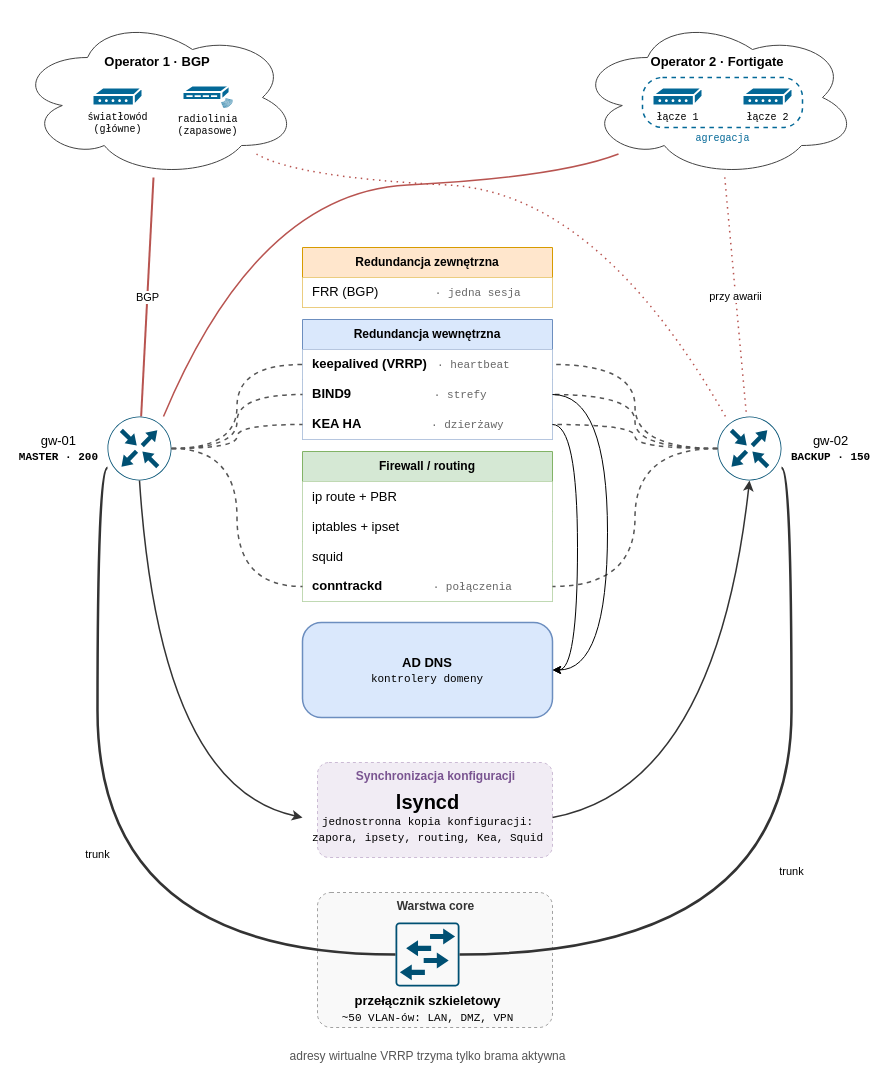
Above: redundant-gateways-V2.drawio in BO-RU-TA/mysnippets (draw.io), before the change. Source tidied: cells renumbered, new cells numbered last; positions are measured from the earlier drawing's top-left corner, leaving out a move shared by most shapes. Both pictures are drawn from the tidied source at 100%, with x=0, y=0 at pixel (17, 17).
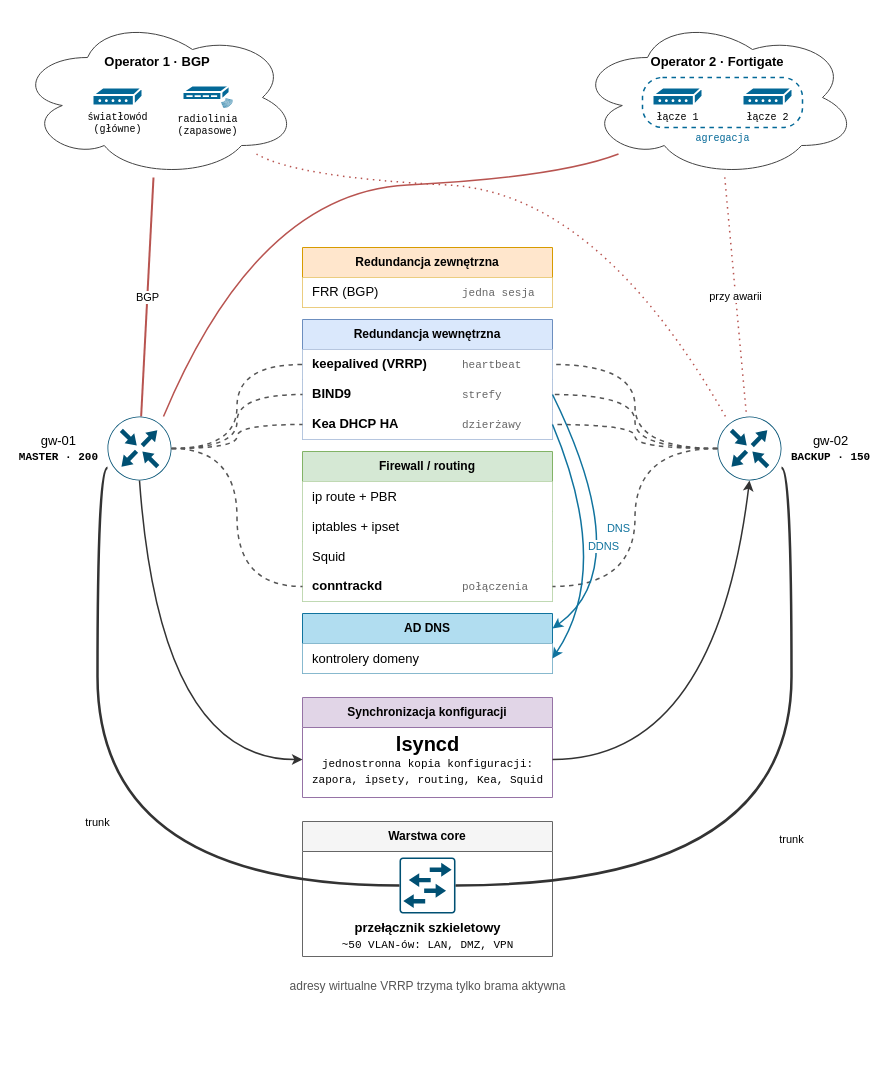
After the change.

Commit message:
redundant-gateways-V2.drawio: uniform section containers, aligned notes, AD DNS links

The change refers to these unchanged cells:
```xml
<mxCell id="10" value="&lt;div align=&quot;center&quot;&gt;&lt;span style=&quot;font-weight: normal;&quot;&gt;gw-01&lt;/span&gt;&lt;br&gt;&lt;font face=&quot;Courier New&quot; style=&quot;font-size:11px&quot;&gt;MASTER · 200&lt;/font&gt;&lt;/div&gt;" style="sketch=0;html=1;shape=mxgraph.cisco19.router;fillColor=#005073;strokeColor=none;verticalLabelPosition=bottom;verticalAlign=top;align=center;fontSize=13;fontStyle=1;verticalLabelPosition=middle;labelPosition=left;align=right;verticalAlign=middle;spacingRight=8;" parent="1" vertex="1">
  <mxGeometry x="90" y="399" width="64" height="64" as="geometry" />
</mxCell>
<mxCell id="11" value="&lt;div align=&quot;center&quot;&gt;&lt;span style=&quot;font-weight: normal;&quot;&gt;gw-02&lt;/span&gt;&lt;br&gt;&lt;font face=&quot;Courier New&quot; style=&quot;font-size:11px&quot;&gt;BACKUP · 150&lt;/font&gt;&lt;/div&gt;" style="sketch=0;html=1;shape=mxgraph.cisco19.router;fillColor=#005073;strokeColor=none;verticalLabelPosition=bottom;verticalAlign=top;align=center;fontSize=13;fontStyle=1;verticalLabelPosition=middle;labelPosition=right;align=left;verticalAlign=middle;spacingLeft=8;" parent="1" vertex="1">
  <mxGeometry x="700" y="399" width="64" height="64" as="geometry" />
</mxCell>
```

Change to the diagram source:
```diff
@@
-    <mxCell id="2" value="Warstwa core" style="rounded=1;arcSize=10;html=1;fillColor=#f5f5f5;strokeColor=#666666;dashed=1;opacity=60;verticalAlign=top;align=center;fontStyle=1;fontSize=12;fontColor=#333333;textOpacity=100;" parent="1" vertex="1">
-      <mxGeometry x="300" y="875" width="235" height="135" as="geometry" />
+    <mxCell id="2" value="Warstwa core" style="swimlane;fontStyle=1;horizontal=1;startSize=30;whiteSpace=wrap;html=1;fontSize=12;swimlaneFillColor=#ffffff;fillColor=#f5f5f5;strokeColor=#666666;" parent="1" vertex="1">
+      <mxGeometry x="285" y="804" width="250" height="135" as="geometry" />
     </mxCell>
-    <mxCell id="3" value="Synchronizacja konfiguracji" style="rounded=1;arcSize=12;html=1;fillColor=#e1d5e7;strokeColor=#9673a6;dashed=1;opacity=45;verticalAlign=top;align=center;fontStyle=1;fontSize=12;fontColor=#7a5491;textOpacity=100;" parent="1" vertex="1">
-      <mxGeometry x="300" y="745" width="235" height="95" as="geometry" />
+    <mxCell id="3" value="Synchronizacja konfiguracji" style="swimlane;fontStyle=1;horizontal=1;startSize=30;whiteSpace=wrap;html=1;fontSize=12;swimlaneFillColor=#ffffff;fillColor=#e1d5e7;strokeColor=#9673a6;" parent="1" vertex="1">
+      <mxGeometry x="285" y="680" width="250" height="100" as="geometry" />
     </mxCell>
@@
     <mxCell id="12" value="&lt;b style='font-size:20px'&gt;lsyncd&lt;/b&gt;&lt;br&gt;&lt;font face=&quot;Courier New&quot; style=&quot;font-size:11px&quot;&gt;jednostronna kopia konfiguracji:&lt;br&gt;zapora, ipsety, routing, Kea, Squid&lt;/font&gt;" style="text;html=1;align=center;verticalAlign=middle;" parent="1" vertex="1">
-      <mxGeometry x="285" y="770" width="250" height="60" as="geometry" />
+      <mxGeometry x="285" y="712" width="250" height="60" as="geometry" />
     </mxCell>
     <mxCell id="13" style="endArrow=classic;html=1;curved=1;strokeColor=#333333;strokeWidth=1.5;exitX=0.5;exitY=1;exitDx=0;exitDy=0;entryX=0;entryY=0.5;entryDx=0;entryDy=0;" parent="1" edge="1" source="10" target="12">
       <mxGeometry relative="1" as="geometry">
         <Array as="points">
-          <mxPoint x="142" y="770" />
+          <mxPoint x="142" y="742" />
         </Array>
       </mxGeometry>
     </mxCell>
     <mxCell id="14" style="endArrow=classic;html=1;curved=1;strokeColor=#333333;strokeWidth=1.5;exitX=1;exitY=0.5;exitDx=0;exitDy=0;entryX=0.5;entryY=1;entryDx=0;entryDy=0;" parent="1" edge="1" source="12" target="11">
       <mxGeometry relative="1" as="geometry">
         <Array as="points">
-          <mxPoint x="698" y="770" />
+          <mxPoint x="698" y="742" />
         </Array>
       </mxGeometry>
     </mxCell>
     <mxCell id="15" value="adresy wirtualne VRRP trzyma tylko brama aktywna" style="text;html=1;align=center;fontSize=12;fontColor=#555555;" parent="1" vertex="1">
-      <mxGeometry x="250" y="1025" width="320" height="22" as="geometry" />
+      <mxGeometry x="250" y="955" width="320" height="22" as="geometry" />
     </mxCell>
@@
-    <mxCell id="21" value="AD DNS&lt;br&gt;&lt;font face=&quot;Courier New&quot; style=&quot;font-size:11px;font-weight:normal&quot;&gt;kontrolery domeny&lt;/font&gt;" style="rounded=1;whiteSpace=wrap;html=1;arcSize=20;fillColor=#dae8fc;strokeColor=#6c8ebf;strokeWidth=1.5;fontStyle=1;fontSize=13;" parent="1" vertex="1">
-      <mxGeometry x="285" y="605" width="250" height="95" as="geometry" />
+    <mxCell id="21" value="AD DNS" style="swimlane;fontStyle=1;horizontal=1;startSize=30;whiteSpace=wrap;html=1;fontSize=12;swimlaneFillColor=#ffffff;fillColor=#b1ddf0;strokeColor=#10739e;" parent="1" vertex="1">
+      <mxGeometry x="285" y="596" width="250" height="60" as="geometry" />
     </mxCell>
-    <mxCell id="22" value="Redundancja zewnętrzna" style="swimlane;fontStyle=1;horizontal=1;startSize=30;whiteSpace=wrap;html=1;fillColor=#ffe6cc;strokeColor=#d79b00;fontSize=12;" parent="1" vertex="1">
+    <mxCell id="22" value="Redundancja zewnętrzna" style="swimlane;fontStyle=1;horizontal=1;startSize=30;whiteSpace=wrap;html=1;fontSize=12;swimlaneFillColor=#ffffff;fillColor=#ffe6cc;strokeColor=#d79b00;" parent="1" vertex="1">
       <mxGeometry x="285" y="230" width="250" height="60" as="geometry" />
     </mxCell>
-    <mxCell id="23" value="FRR (BGP) &lt;span style=&quot;font-weight: normal; font-family: Courier New; font-size: 11px; color: rgb(102, 102, 102);&quot;&gt;&amp;nbsp; &amp;nbsp; &amp;nbsp; &amp;nbsp; · jedna sesja&lt;/span&gt;" style="text;strokeColor=none;fillColor=#ffffff;align=left;verticalAlign=middle;spacingLeft=8;html=1;fontSize=13;" parent="22" vertex="1">
+    <mxCell id="23" value="&lt;span style=&quot;display:inline-block;width:150px&quot;&gt;FRR (BGP)&lt;/span&gt;&lt;span style=&quot;font-family:Courier New;font-size:11px;color:#666666;font-weight:normal&quot;&gt;jedna sesja&lt;/span&gt;" style="text;strokeColor=none;fillColor=#ffffff;align=left;verticalAlign=middle;spacingLeft=8;spacingRight=8;html=1;fontSize=13;" parent="22" vertex="1">
       <mxGeometry y="30" width="250" height="30" as="geometry" />
     </mxCell>
-    <mxCell id="24" value="Redundancja wewnętrzna" style="swimlane;fontStyle=1;horizontal=1;startSize=30;whiteSpace=wrap;html=1;fillColor=#dae8fc;strokeColor=#6c8ebf;fontSize=12;" parent="1" vertex="1">
+    <mxCell id="24" value="Redundancja wewnętrzna" style="swimlane;fontStyle=1;horizontal=1;startSize=30;whiteSpace=wrap;html=1;fontSize=12;swimlaneFillColor=#ffffff;fillColor=#dae8fc;strokeColor=#6c8ebf;" parent="1" vertex="1">
       <mxGeometry x="285" y="302" width="250" height="120" as="geometry" />
     </mxCell>
-    <mxCell id="25" value="&lt;b&gt;keepalived (VRRP)&lt;/b&gt; &lt;span style=&quot;font-weight: normal; font-family: Courier New; font-size: 11px; color: rgb(102, 102, 102);&quot;&gt;&amp;nbsp;· heartbeat&lt;/span&gt;" style="text;strokeColor=none;fillColor=#ffffff;align=left;verticalAlign=middle;spacingLeft=8;html=1;fontSize=13;points=[[0,0.5],[1,0.5]];portConstraint=eastwest;" parent="24" vertex="1">
+    <mxCell id="25" value="&lt;span style=&quot;display:inline-block;width:150px&quot;&gt;&lt;b&gt;keepalived (VRRP)&lt;/b&gt;&lt;/span&gt;&lt;span style=&quot;font-family:Courier New;font-size:11px;color:#666666;font-weight:normal&quot;&gt;heartbeat&lt;/span&gt;" style="text;strokeColor=none;fillColor=#ffffff;align=left;verticalAlign=middle;spacingLeft=8;spacingRight=8;html=1;fontSize=13;points=[[0,0.5],[1,0.5]];portConstraint=eastwest;" parent="24" vertex="1">
       <mxGeometry y="30" width="250" height="30" as="geometry" />
     </mxCell>
-    <mxCell id="26" value="&lt;b&gt;BIND9&lt;/b&gt; &lt;span style=&quot;font-weight: normal; font-family: Courier New; font-size: 11px; color: rgb(102, 102, 102);&quot;&gt;&amp;nbsp; &amp;nbsp; &amp;nbsp; &amp;nbsp; &amp;nbsp; &amp;nbsp; · strefy&lt;/span&gt;" style="text;strokeColor=none;fillColor=#ffffff;align=left;verticalAlign=middle;spacingLeft=8;html=1;fontSize=13;points=[[0,0.5],[1,0.5]];portConstraint=eastwest;" parent="24" vertex="1">
+    <mxCell id="26" value="&lt;span style=&quot;display:inline-block;width:150px&quot;&gt;&lt;b&gt;BIND9&lt;/b&gt;&lt;/span&gt;&lt;span style=&quot;font-family:Courier New;font-size:11px;color:#666666;font-weight:normal&quot;&gt;strefy&lt;/span&gt;" style="text;strokeColor=none;fillColor=#ffffff;align=left;verticalAlign=middle;spacingLeft=8;spacingRight=8;html=1;fontSize=13;points=[[0,0.5],[1,0.5]];portConstraint=eastwest;" parent="24" vertex="1">
       <mxGeometry y="60" width="250" height="30" as="geometry" />
     </mxCell>
-    <mxCell id="27" value="&lt;b&gt;KEA HA&lt;/b&gt; &lt;span style=&quot;font-weight: normal; font-family: Courier New; font-size: 11px; color: rgb(102, 102, 102);&quot;&gt;&amp;nbsp; &amp;nbsp; &amp;nbsp; &amp;nbsp; &amp;nbsp; · dzierżawy&lt;/span&gt;" style="text;strokeColor=none;fillColor=#ffffff;align=left;verticalAlign=middle;spacingLeft=8;html=1;fontSize=13;points=[[0,0.5],[1,0.5]];portConstraint=eastwest;" parent="24" vertex="1">
+    <mxCell id="27" value="&lt;span style=&quot;display:inline-block;width:150px&quot;&gt;&lt;b&gt;Kea DHCP HA&lt;/b&gt;&lt;/span&gt;&lt;span style=&quot;font-family:Courier New;font-size:11px;color:#666666;font-weight:normal&quot;&gt;dzierżawy&lt;/span&gt;" style="text;strokeColor=none;fillColor=#ffffff;align=left;verticalAlign=middle;spacingLeft=8;spacingRight=8;html=1;fontSize=13;points=[[0,0.5],[1,0.5]];portConstraint=eastwest;" parent="24" vertex="1">
       <mxGeometry y="90" width="250" height="30" as="geometry" />
     </mxCell>
-    <mxCell id="28" value="Firewall / routing" style="swimlane;fontStyle=1;horizontal=1;startSize=30;whiteSpace=wrap;html=1;fillColor=#d5e8d4;strokeColor=#82b366;fontSize=12;" parent="1" vertex="1">
+    <mxCell id="28" value="Firewall / routing" style="swimlane;fontStyle=1;horizontal=1;startSize=30;whiteSpace=wrap;html=1;fontSize=12;swimlaneFillColor=#ffffff;fillColor=#d5e8d4;strokeColor=#82b366;" parent="1" vertex="1">
       <mxGeometry x="285" y="434" width="250" height="150" as="geometry" />
     </mxCell>
-    <mxCell id="29" value="ip route + PBR" style="text;strokeColor=none;fillColor=#ffffff;align=left;verticalAlign=middle;spacingLeft=8;html=1;fontSize=13;" parent="28" vertex="1">
+    <mxCell id="29" value="ip route + PBR" style="text;strokeColor=none;fillColor=#ffffff;align=left;verticalAlign=middle;spacingLeft=8;spacingRight=8;html=1;fontSize=13;" parent="28" vertex="1">
       <mxGeometry y="30" width="250" height="30" as="geometry" />
     </mxCell>
-    <mxCell id="30" value="iptables + ipset" style="text;strokeColor=none;fillColor=#ffffff;align=left;verticalAlign=middle;spacingLeft=8;html=1;fontSize=13;" parent="28" vertex="1">
+    <mxCell id="30" value="iptables + ipset" style="text;strokeColor=none;fillColor=#ffffff;align=left;verticalAlign=middle;spacingLeft=8;spacingRight=8;html=1;fontSize=13;" parent="28" vertex="1">
       <mxGeometry y="60" width="250" height="30" as="geometry" />
     </mxCell>
-    <mxCell id="31" value="squid" style="text;strokeColor=none;fillColor=#ffffff;align=left;verticalAlign=middle;spacingLeft=8;html=1;fontSize=13;" parent="28" vertex="1">
+    <mxCell id="31" value="Squid" style="text;strokeColor=none;fillColor=#ffffff;align=left;verticalAlign=middle;spacingLeft=8;spacingRight=8;html=1;fontSize=13;" parent="28" vertex="1">
       <mxGeometry y="90" width="250" height="30" as="geometry" />
     </mxCell>
-    <mxCell id="32" value="&lt;b&gt;conntrackd&lt;/b&gt;&amp;nbsp; &amp;nbsp; &amp;nbsp; &amp;nbsp; &amp;nbsp; &amp;nbsp; &amp;nbsp;&amp;nbsp;&lt;span style=&quot;font-weight: normal; font-family: Courier New; font-size: 11px; color: rgb(102, 102, 102);&quot;&gt;· połączenia&lt;/span&gt;" style="text;strokeColor=none;fillColor=#ffffff;align=left;verticalAlign=middle;spacingLeft=8;html=1;fontSize=13;points=[[0,0.5],[1,0.5]];portConstraint=eastwest;" parent="28" vertex="1">
+    <mxCell id="32" value="&lt;span style=&quot;display:inline-block;width:150px&quot;&gt;&lt;b&gt;conntrackd&lt;/b&gt;&lt;/span&gt;&lt;span style=&quot;font-family:Courier New;font-size:11px;color:#666666;font-weight:normal&quot;&gt;połączenia&lt;/span&gt;" style="text;strokeColor=none;fillColor=#ffffff;align=left;verticalAlign=middle;spacingLeft=8;spacingRight=8;html=1;fontSize=13;points=[[0,0.5],[1,0.5]];portConstraint=eastwest;" parent="28" vertex="1">
       <mxGeometry y="120" width="250" height="30" as="geometry" />
     </mxCell>
@@
     <mxCell id="41" value="przełącznik szkieletowy&lt;br&gt;&lt;font face=&quot;Courier New&quot; style=&quot;font-size:11px;font-weight:normal&quot;&gt;~50 VLAN-ów: LAN, DMZ, VPN&lt;/font&gt;" style="sketch=0;html=1;shape=mxgraph.cisco19.workgroup_switch;fillColor=#005073;strokeColor=none;verticalLabelPosition=bottom;verticalAlign=top;align=center;fontSize=13;fontStyle=1;" parent="1" vertex="1">
-      <mxGeometry x="378" y="905" width="64" height="64" as="geometry" />
+      <mxGeometry x="382" y="840" width="56" height="56" as="geometry" />
     </mxCell>
@@
-    <mxCell id="44" style="edgeStyle=orthogonalEdgeStyle;rounded=0;jettySize=auto;html=1;entryX=1;entryY=0.5;entryDx=0;entryDy=0;defaultLabelBackgroundColor=page;labelPadding=0 4;curveGeometry=1;curved=1;exitX=1;exitY=0.5;exitDx=0;exitDy=0;" parent="1" edge="1" source="26" target="21">
+    <mxCell id="44" value="DNS" style="endArrow=classic;html=1;curved=1;strokeColor=#10739e;strokeWidth=1.5;fontSize=11;fontColor=#10739e;labelBackgroundColor=#ffffff;exitX=1;exitY=0.5;exitDx=0;exitDy=0;entryX=1;entryY=0.25;entryDx=0;entryDy=0;" parent="1" edge="1" source="26" target="21">
       <mxGeometry relative="1" as="geometry">
         <Array as="points">
-          <mxPoint x="590" y="377" />
-          <mxPoint x="590" y="652.5" />
+          <mxPoint x="620" y="550" />
         </Array>
       </mxGeometry>
     </mxCell>
-    <mxCell id="45" style="edgeStyle=orthogonalEdgeStyle;rounded=0;jettySize=auto;html=1;exitX=1;exitY=0.5;exitDx=0;exitDy=0;entryX=1;entryY=0.5;entryDx=0;entryDy=0;defaultLabelBackgroundColor=page;labelPadding=0 4;curveGeometry=1;curved=1;" parent="1" edge="1" source="27" target="21">
+    <mxCell id="45" value="DDNS" style="endArrow=classic;html=1;curved=1;strokeColor=#10739e;strokeWidth=1.5;fontSize=11;fontColor=#10739e;labelBackgroundColor=#ffffff;exitX=1;exitY=0.5;exitDx=0;exitDy=0;entryX=1;entryY=0.75;entryDx=0;entryDy=0;" parent="1" edge="1" source="27" target="21">
       <mxGeometry relative="1" as="geometry">
         <Array as="points">
-          <mxPoint x="560" y="407" />
-          <mxPoint x="560" y="652.5" />
+          <mxPoint x="595" y="550" />
         </Array>
       </mxGeometry>
     </mxCell>
+    <mxCell id="46" value="kontrolery domeny" style="text;strokeColor=none;fillColor=#ffffff;align=left;verticalAlign=middle;spacingLeft=8;spacingRight=8;html=1;fontSize=13;" parent="21" vertex="1">
+      <mxGeometry y="30" width="250" height="30" as="geometry" />
+    </mxCell>
```
